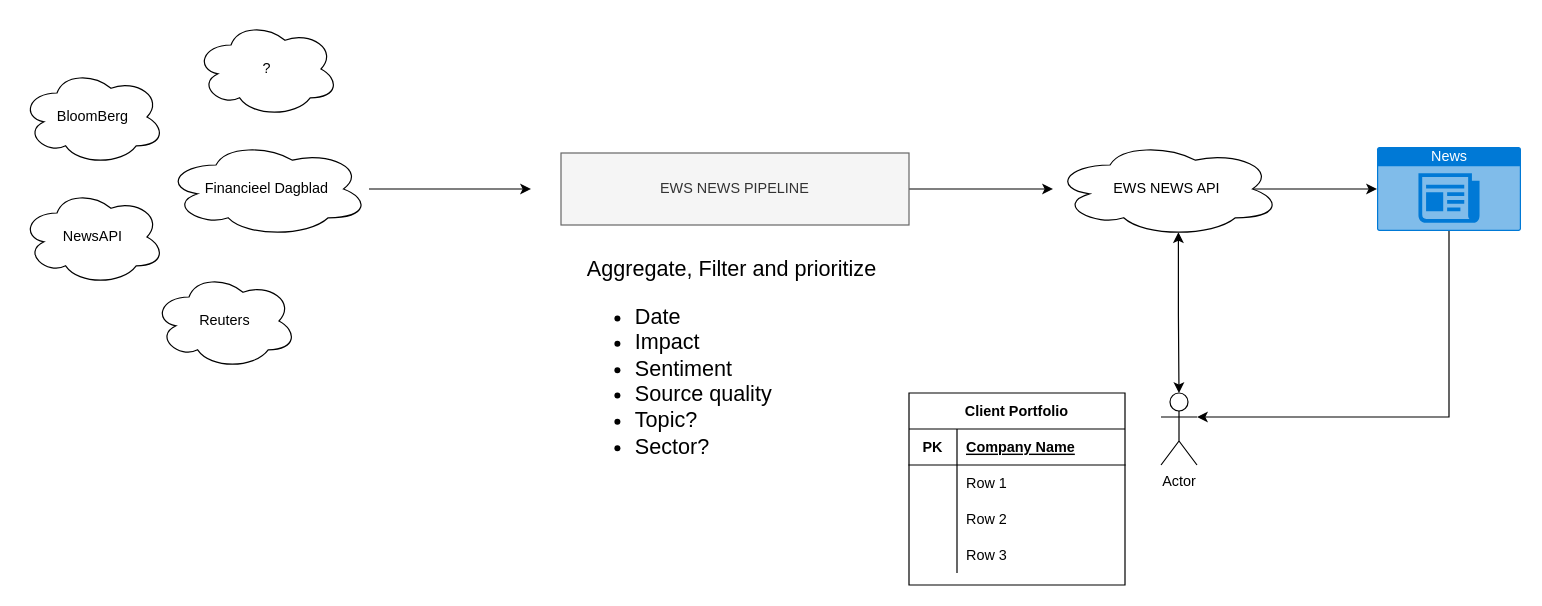
The draw.io diagram ews-news-api.drawio in mhux2000/100-pandas-puzzles, before the edit. Source tidied: cells renumbered, new cells numbered last; positions are measured from the earlier drawing's top-left corner, leaving out a move shared by most shapes. Both pictures are drawn from the tidied source at 120%, with x=0, y=0 at pixel (20, 20).
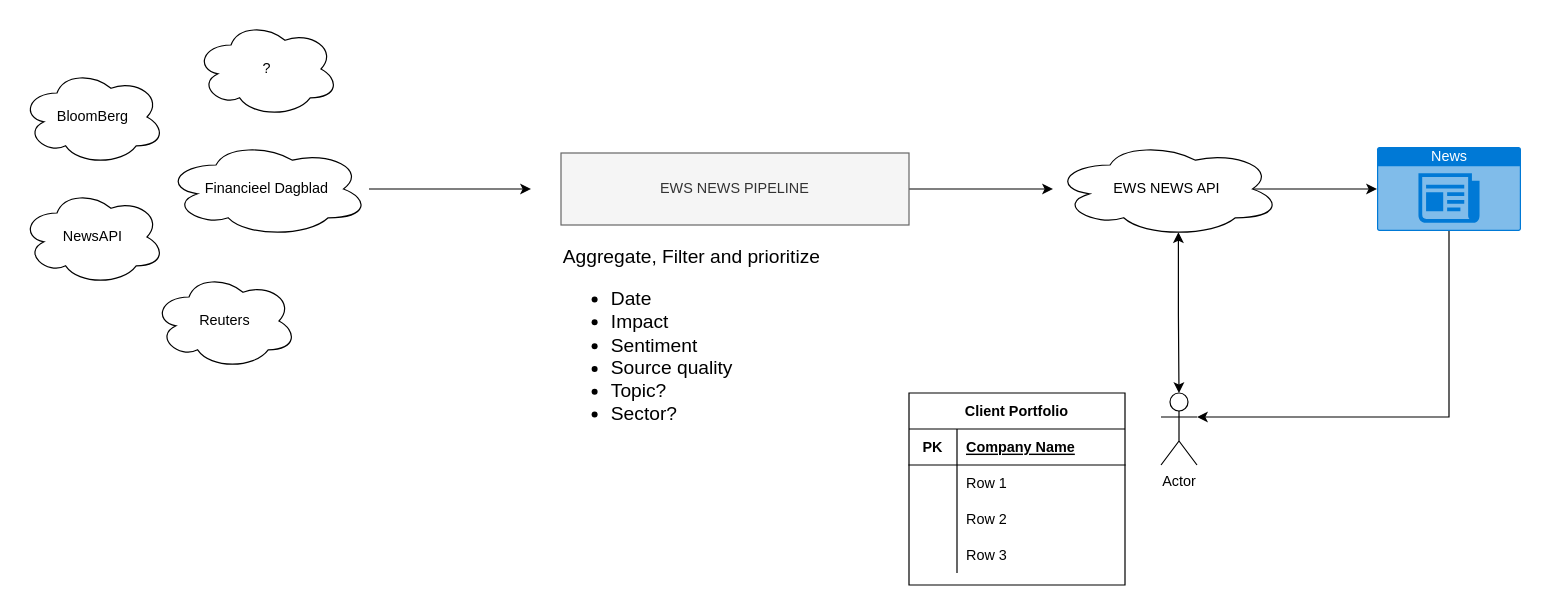
The same page after the edit.

The edit, as a diff of the source:
```diff
@@
-    <mxCell id="29" value="&lt;font style=&quot;font-size: 18px&quot;&gt;Aggregate, Filter and prioritize&lt;br&gt;&lt;ul&gt;&lt;li&gt;&lt;font style=&quot;font-size: 18px&quot;&gt;&lt;span&gt;Date&lt;/span&gt;&lt;/font&gt;&lt;/li&gt;&lt;li&gt;&lt;font style=&quot;font-size: 18px&quot;&gt;&lt;span&gt;Impact&lt;/span&gt;&lt;/font&gt;&lt;/li&gt;&lt;li&gt;&lt;font style=&quot;font-size: 18px&quot;&gt;&lt;span&gt;Sentiment&lt;/span&gt;&lt;/font&gt;&lt;/li&gt;&lt;li&gt;&lt;font style=&quot;font-size: 18px&quot;&gt;&lt;span&gt;Source quality&lt;/span&gt;&lt;/font&gt;&lt;/li&gt;&lt;li&gt;&lt;font style=&quot;font-size: 18px&quot;&gt;&lt;span&gt;Topic?&lt;/span&gt;&lt;/font&gt;&lt;/li&gt;&lt;li&gt;&lt;font style=&quot;font-size: 18px&quot;&gt;&lt;span&gt;Sector?&lt;/span&gt;&lt;/font&gt;&lt;/li&gt;&lt;/ul&gt;&lt;/font&gt;" style="text;html=1;strokeColor=none;fillColor=none;align=left;verticalAlign=top;whiteSpace=wrap;rounded=0;" parent="1" vertex="1">
-      <mxGeometry x="470" y="190" width="250" height="200" as="geometry" />
+    <mxCell id="29" value="&lt;font style=&quot;font-size: 16px&quot;&gt;Aggregate, Filter and prioritize&lt;br&gt;&lt;ul&gt;&lt;li&gt;&lt;font style=&quot;font-size: 16px&quot;&gt;&lt;span&gt;Date&lt;/span&gt;&lt;/font&gt;&lt;/li&gt;&lt;li&gt;&lt;font style=&quot;font-size: 16px&quot;&gt;&lt;span&gt;Impact&lt;/span&gt;&lt;/font&gt;&lt;/li&gt;&lt;li&gt;&lt;font style=&quot;font-size: 16px&quot;&gt;&lt;span&gt;Sentiment&lt;/span&gt;&lt;/font&gt;&lt;/li&gt;&lt;li&gt;&lt;font style=&quot;font-size: 16px&quot;&gt;&lt;span&gt;Source quality&lt;/span&gt;&lt;/font&gt;&lt;/li&gt;&lt;li&gt;&lt;font style=&quot;font-size: 16px&quot;&gt;&lt;span&gt;Topic?&lt;/span&gt;&lt;/font&gt;&lt;/li&gt;&lt;li&gt;&lt;font style=&quot;font-size: 16px&quot;&gt;&lt;span&gt;Sector?&lt;/span&gt;&lt;/font&gt;&lt;/li&gt;&lt;/ul&gt;&lt;/font&gt;" style="text;html=1;strokeColor=none;fillColor=none;align=left;verticalAlign=top;whiteSpace=wrap;rounded=0;" parent="1" vertex="1">
+      <mxGeometry x="450" y="180" width="250" height="200" as="geometry" />
     </mxCell>
```
